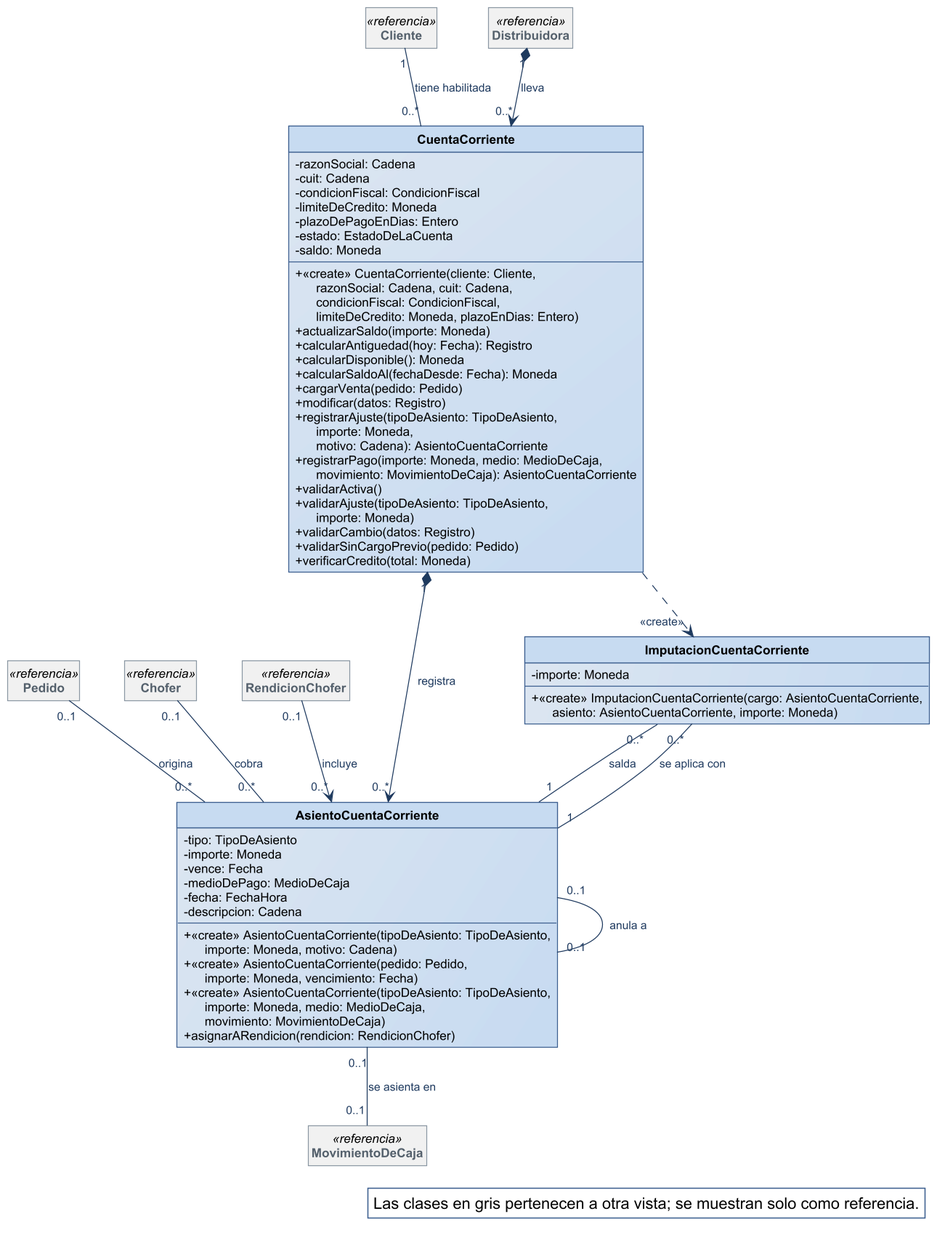
Above: diagramas/clases-diseno/DC_Cuentas-corrientes.png in Nahuelito-Dev/splg-docs (PlantUML), before the change.
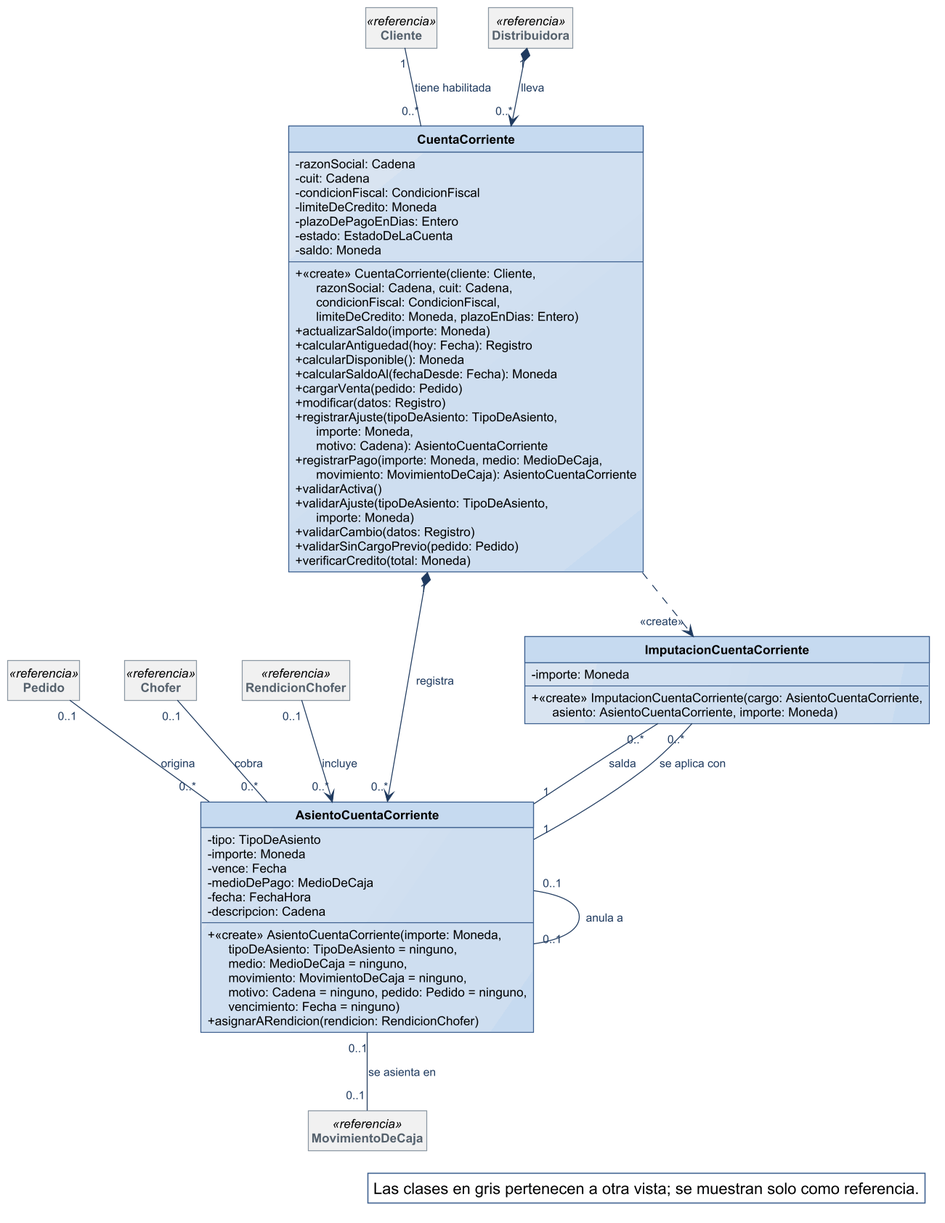
After the change.

Diff of the diagram source:
```diff
@@ -57,9 +57,7 @@
   - medioDePago: MedioDeCaja
   - fecha: FechaHora
   - descripcion: Cadena
-  + «create» AsientoCuentaCorriente(tipoDeAsiento: TipoDeAsiento,\n      importe: Moneda, motivo: Cadena)
-  + «create» AsientoCuentaCorriente(pedido: Pedido,\n      importe: Moneda, vencimiento: Fecha)
-  + «create» AsientoCuentaCorriente(tipoDeAsiento: TipoDeAsiento,\n      importe: Moneda, medio: MedioDeCaja,\n      movimiento: MovimientoDeCaja)
+  + «create» AsientoCuentaCorriente(importe: Moneda,\n      tipoDeAsiento: TipoDeAsiento = ninguno,\n      medio: MedioDeCaja = ninguno,\n      movimiento: MovimientoDeCaja = ninguno,\n      motivo: Cadena = ninguno, pedido: Pedido = ninguno,\n      vencimiento: Fecha = ninguno)
   + asignarARendicion(rendicion: RendicionChofer)
 }
 class ImputacionCuentaCorriente {
```
